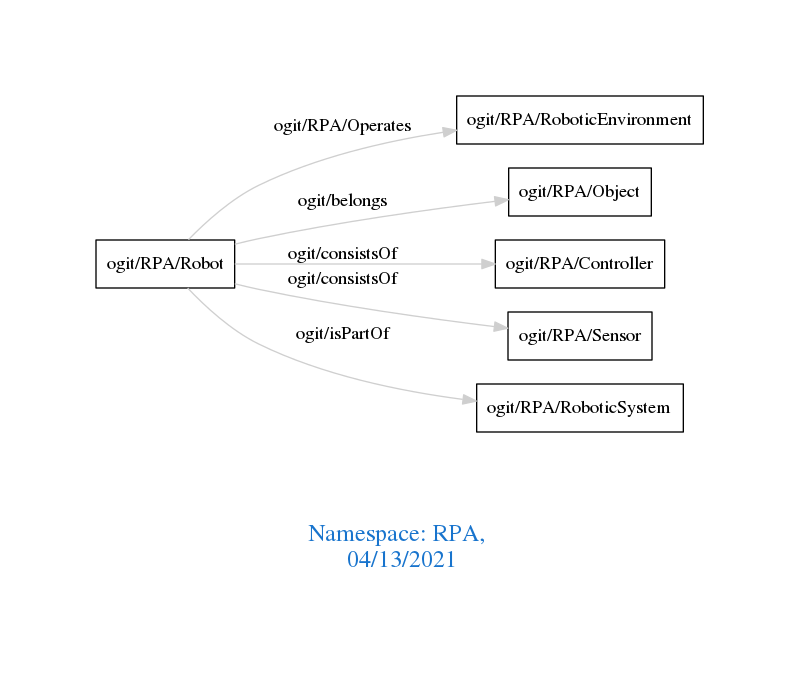
Earlier version of the Graphviz export downloads/RPA.png (arago/OGIT). Its source is kept beside it as downloads/RPA.dot.
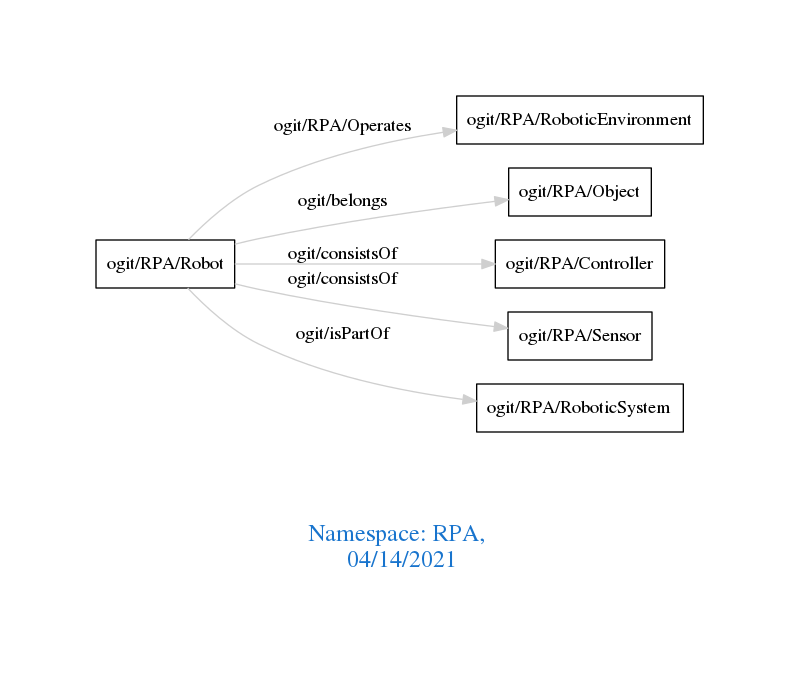
After the commit.

What changed in the source:
```diff
@@ -1,7 +1,7 @@
 digraph OGIT_ontology {
  graph [ rankdir= LR,pad=1
 fontsize = 18,
-fontcolor= dodgerblue3,label = "\n\n\nNamespace: RPA, \n 04/13/2021"];
+fontcolor= dodgerblue3,label = "\n\n\nNamespace: RPA, \n 04/14/2021"];
 node[shape=polygon];
 edge [  color="gray81"];
 
```
